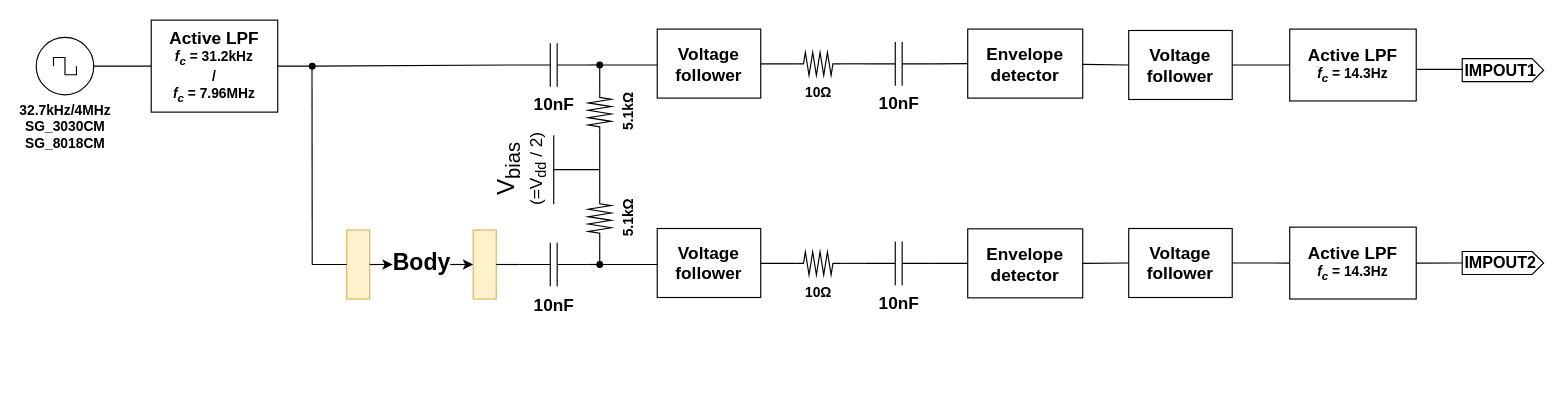
10matcho27/drawio_figure keeps this draw.io diagram as forIEEE Sensors.drawio. Above is the earlier version. Source tidied: cells renumbered, new cells numbered last; positions are measured from the earlier drawing's top-left corner, leaving out a move shared by most shapes. Both pictures are drawn from the tidied source at 115%, with x=0, y=0 at pixel (36, 20).
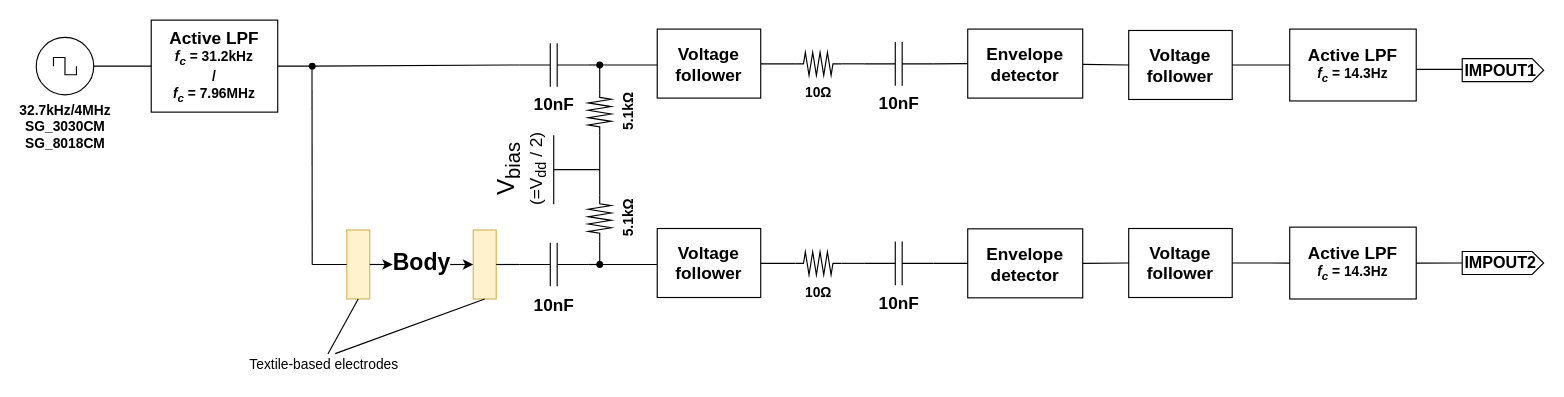
Above is the later version.

Unchanged cells that the change refers to:
```xml
<mxCell id="11" style="whiteSpace=wrap;html=1;fontSize=15;fillColor=#fff2cc;strokeColor=#d6b656;" parent="1" vertex="1">
  <mxGeometry x="380" y="182.5" width="20" height="60" as="geometry" />
</mxCell>
```

What changed in the source:
```diff
@@
+    <mxCell id="56" style="endArrow=none;html=1;rounded=0;exitX=0.526;exitY=0.017;exitDx=0;exitDy=0;exitPerimeter=0;" parent="1" edge="1" source="58">
+      <mxGeometry relative="1" as="geometry">
+        <mxPoint x="280" y="242.5" as="targetPoint" />
+      </mxGeometry>
+    </mxCell>
+    <mxCell id="57" style="endArrow=none;html=1;rounded=0;entryX=0.5;entryY=1;entryDx=0;entryDy=0;" parent="1" edge="1" target="11">
+      <mxGeometry relative="1" as="geometry">
+        <mxPoint x="260" y="290" as="sourcePoint" />
+      </mxGeometry>
+    </mxCell>
+    <mxCell id="58" value="&lt;div&gt;Textile-based electrodes&lt;/div&gt;" style="text;html=1;align=center;verticalAlign=middle;points=[];strokeColor=none;fillColor=none;" parent="1" vertex="1">
+      <mxGeometry x="180" y="290" width="140" height="20" as="geometry" />
+    </mxCell>
```
